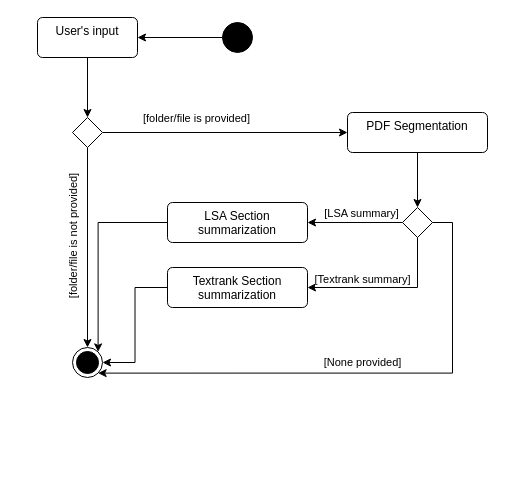
Above: page "Activity diagram v1.0" (4 of 6) of documents/thesis/diagram/thesis.drawio in Z3n0n3005/Report-Generation (draw.io), before the change. Source tidied: cells renumbered, new cells numbered last; positions are measured from the earlier drawing's top-left corner, leaving out a move shared by most shapes. Both pictures are drawn from the tidied source at 100%, with x=0, y=0 at pixel (37, 17).
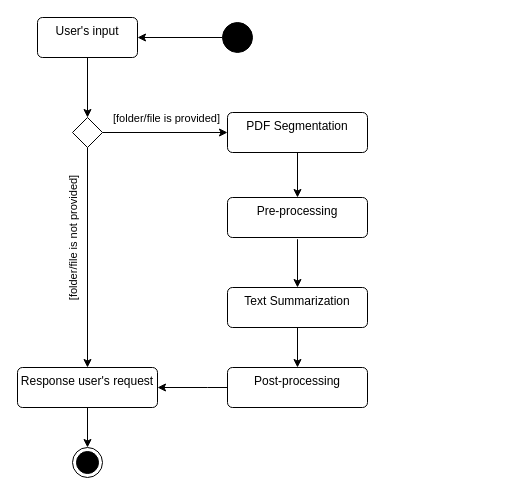
The same diagram, later.

Unchanged cells that the change refers to:
```xml
<mxCell id="10" style="rhombus;" parent="1" vertex="1">
  <mxGeometry x="35" y="100" width="30" height="30" as="geometry" />
</mxCell>
```

Diff of the diagram source:
```diff
@@
-    <mxCell id="8" style="edgeStyle=orthogonalEdgeStyle;rounded=0;jettySize=auto;html=1;exitX=0.5;exitY=1;exitDx=0;exitDy=0;entryX=0.5;entryY=0;entryDx=0;entryDy=0;" parent="1" edge="1" source="10" target="11">
+    <mxCell id="8" style="edgeStyle=orthogonalEdgeStyle;rounded=0;jettySize=auto;html=1;exitX=0.5;exitY=1;exitDx=0;exitDy=0;entryX=0.5;entryY=0;entryDx=0;entryDy=0;" parent="1" edge="1" source="10" target="32">
       <mxGeometry relative="1" as="geometry" />
     </mxCell>
@@
     <mxCell id="11" style="ellipse;html=1;shape=endState;fillColor=strokeColor;" parent="1" vertex="1">
-      <mxGeometry x="35" y="330" width="30" height="30" as="geometry" />
+      <mxGeometry x="35" y="430" width="30" height="30" as="geometry" />
     </mxCell>
-    <mxCell id="12" style="edgeStyle=orthogonalEdgeStyle;rounded=0;jettySize=auto;html=1;exitX=0.5;exitY=1;exitDx=0;exitDy=0;entryX=0.5;entryY=0;entryDx=0;entryDy=0;" parent="1" edge="1" source="13" target="20">
+    <mxCell id="12" style="edgeStyle=orthogonalEdgeStyle;rounded=0;jettySize=auto;html=1;exitX=0.5;exitY=1;exitDx=0;exitDy=0;entryX=0.5;entryY=0;entryDx=0;entryDy=0;" parent="1" edge="1" source="13" target="25">
       <mxGeometry relative="1" as="geometry" />
     </mxCell>
     <mxCell id="13" value="PDF Segmentation" style="html=1;align=center;verticalAlign=top;rounded=1;absoluteArcSize=1;arcSize=10;dashed=0;whiteSpace=wrap;" parent="1" vertex="1">
-      <mxGeometry x="310" y="95" width="140" height="40" as="geometry" />
+      <mxGeometry x="190" y="95" width="140" height="40" as="geometry" />
     </mxCell>
-    <mxCell id="14" style="edgeStyle=orthogonalEdgeStyle;rounded=0;jettySize=auto;html=1;exitX=0;exitY=0.5;exitDx=0;exitDy=0;entryX=1;entryY=0.5;entryDx=0;entryDy=0;" parent="1" edge="1" source="20" target="22">
-      <mxGeometry relative="1" as="geometry" />
-    </mxCell>
-    <mxCell id="15" value="[LSA summary]" style="edgeLabel;html=1;align=center;verticalAlign=middle;" parent="14" vertex="1">
-      <mxGeometry x="0.16" relative="1" as="geometry">
-        <mxPoint x="13" y="-10" as="offset" />
-      </mxGeometry>
-    </mxCell>
-    <mxCell id="16" style="edgeStyle=orthogonalEdgeStyle;rounded=0;jettySize=auto;html=1;exitX=0.5;exitY=1;exitDx=0;exitDy=0;entryX=1;entryY=0.5;entryDx=0;entryDy=0;" parent="1" edge="1" source="20" target="24">
-      <mxGeometry relative="1" as="geometry" />
-    </mxCell>
-    <mxCell id="17" value="[Textrank summary]" style="edgeLabel;html=1;align=center;verticalAlign=middle;" parent="16" vertex="1">
-      <mxGeometry x="-0.09" relative="1" as="geometry">
-        <mxPoint x="-33" y="-9" as="offset" />
-      </mxGeometry>
-    </mxCell>
-    <mxCell id="18" style="edgeStyle=orthogonalEdgeStyle;rounded=0;jettySize=auto;html=1;exitX=1;exitY=0.5;exitDx=0;exitDy=0;entryX=1;entryY=1;entryDx=0;entryDy=0;" parent="1" edge="1" source="20" target="11">
-      <mxGeometry relative="1" as="geometry">
-        <Array as="points">
-          <mxPoint x="415" y="205" />
-          <mxPoint x="415" y="356" />
-          <mxPoint x="61" y="356" />
-        </Array>
-      </mxGeometry>
-    </mxCell>
-    <mxCell id="19" value="[None provided]" style="edgeLabel;html=1;align=center;verticalAlign=middle;" parent="18" vertex="1">
-      <mxGeometry x="0.13" relative="1" as="geometry">
-        <mxPoint x="36" y="-11" as="offset" />
-      </mxGeometry>
-    </mxCell>
-    <mxCell id="20" style="rhombus;" parent="1" vertex="1">
-      <mxGeometry x="365" y="190" width="30" height="30" as="geometry" />
-    </mxCell>
-    <mxCell id="21" style="edgeStyle=orthogonalEdgeStyle;rounded=0;jettySize=auto;html=1;exitX=0;exitY=0.5;exitDx=0;exitDy=0;entryX=1;entryY=0;entryDx=0;entryDy=0;" parent="1" edge="1" source="22" target="11">
-      <mxGeometry relative="1" as="geometry" />
-    </mxCell>
-    <mxCell id="22" value="LSA Section summarization" style="html=1;align=center;verticalAlign=top;rounded=1;absoluteArcSize=1;arcSize=10;dashed=0;whiteSpace=wrap;" parent="1" vertex="1">
-      <mxGeometry x="130" y="185" width="140" height="40" as="geometry" />
-    </mxCell>
-    <mxCell id="23" style="edgeStyle=orthogonalEdgeStyle;rounded=0;jettySize=auto;html=1;exitX=0;exitY=0.5;exitDx=0;exitDy=0;entryX=1;entryY=0.5;entryDx=0;entryDy=0;" parent="1" edge="1" source="24" target="11">
-      <mxGeometry relative="1" as="geometry" />
-    </mxCell>
-    <mxCell id="24" value="Textrank Section summarization" style="html=1;align=center;verticalAlign=top;rounded=1;absoluteArcSize=1;arcSize=10;dashed=0;whiteSpace=wrap;" parent="1" vertex="1">
-      <mxGeometry x="130" y="250" width="140" height="40" as="geometry" />
-    </mxCell>
+    <mxCell id="25" value="Pre-processing" style="html=1;align=center;verticalAlign=top;rounded=1;absoluteArcSize=1;arcSize=10;dashed=0;whiteSpace=wrap;" parent="1" vertex="1">
+      <mxGeometry x="190" y="180" width="140" height="40" as="geometry" />
+    </mxCell>
+    <mxCell id="26" value="Text Summarization" style="html=1;align=center;verticalAlign=top;rounded=1;absoluteArcSize=1;arcSize=10;dashed=0;whiteSpace=wrap;" parent="1" vertex="1">
+      <mxGeometry x="190" y="270" width="140" height="40" as="geometry" />
+    </mxCell>
+    <mxCell id="27" style="edgeStyle=orthogonalEdgeStyle;rounded=0;jettySize=auto;html=1;exitX=0.5;exitY=1.043;exitDx=0;exitDy=0;exitPerimeter=0;entryX=0.5;entryY=0;entryDx=0;entryDy=0;" parent="1" edge="1" source="25" target="26">
+      <mxGeometry relative="1" as="geometry" />
+    </mxCell>
+    <mxCell id="28" value="Post-processing" style="html=1;align=center;verticalAlign=top;rounded=1;absoluteArcSize=1;arcSize=10;dashed=0;whiteSpace=wrap;" parent="1" vertex="1">
+      <mxGeometry x="190" y="350" width="140" height="40" as="geometry" />
+    </mxCell>
+    <mxCell id="29" style="edgeStyle=orthogonalEdgeStyle;rounded=0;jettySize=auto;html=1;exitX=0.5;exitY=1;exitDx=0;exitDy=0;entryX=0.5;entryY=0;entryDx=0;entryDy=0;" parent="1" edge="1" source="26" target="28">
+      <mxGeometry relative="1" as="geometry" />
+    </mxCell>
+    <mxCell id="30" style="edgeStyle=orthogonalEdgeStyle;rounded=0;jettySize=auto;html=1;exitX=0;exitY=0.5;exitDx=0;exitDy=0;entryX=1;entryY=0.5;entryDx=0;entryDy=0;" parent="1" edge="1" source="28" target="32">
+      <mxGeometry relative="1" as="geometry">
+        <Array as="points">
+          <mxPoint x="170" y="370" />
+          <mxPoint x="170" y="370" />
+        </Array>
+      </mxGeometry>
+    </mxCell>
+    <mxCell id="31" style="edgeStyle=orthogonalEdgeStyle;rounded=0;jettySize=auto;html=1;exitX=0.5;exitY=1;exitDx=0;exitDy=0;entryX=0.5;entryY=0;entryDx=0;entryDy=0;" parent="1" edge="1" source="32" target="11">
+      <mxGeometry relative="1" as="geometry" />
+    </mxCell>
+    <mxCell id="32" value="Response user's request" style="html=1;align=center;verticalAlign=top;rounded=1;absoluteArcSize=1;arcSize=10;dashed=0;whiteSpace=wrap;" parent="1" vertex="1">
+      <mxGeometry x="-20" y="350" width="140" height="40" as="geometry" />
+    </mxCell>
```
